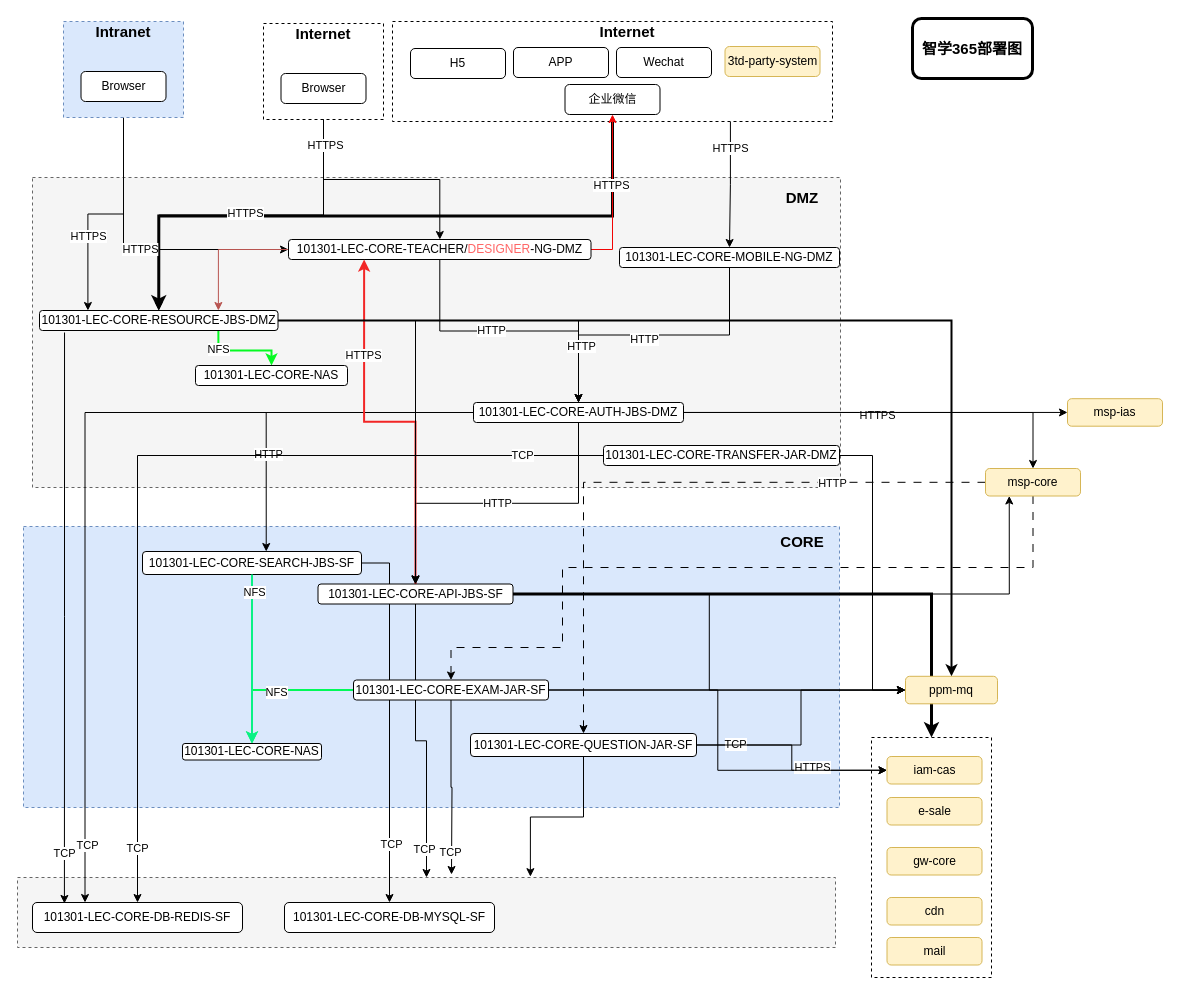
This is page "第 2 页" (2 of 2) of 部署逻辑图.drawio from rainerpiao/cloud-computing, a draw.io file, before an edit. Source tidied: cells renumbered, new cells numbered last; positions are measured from the earlier drawing's top-left corner, leaving out a move shared by most shapes. Both pictures are drawn from the tidied source at 100%, with x=0, y=0 at pixel (17, 18).
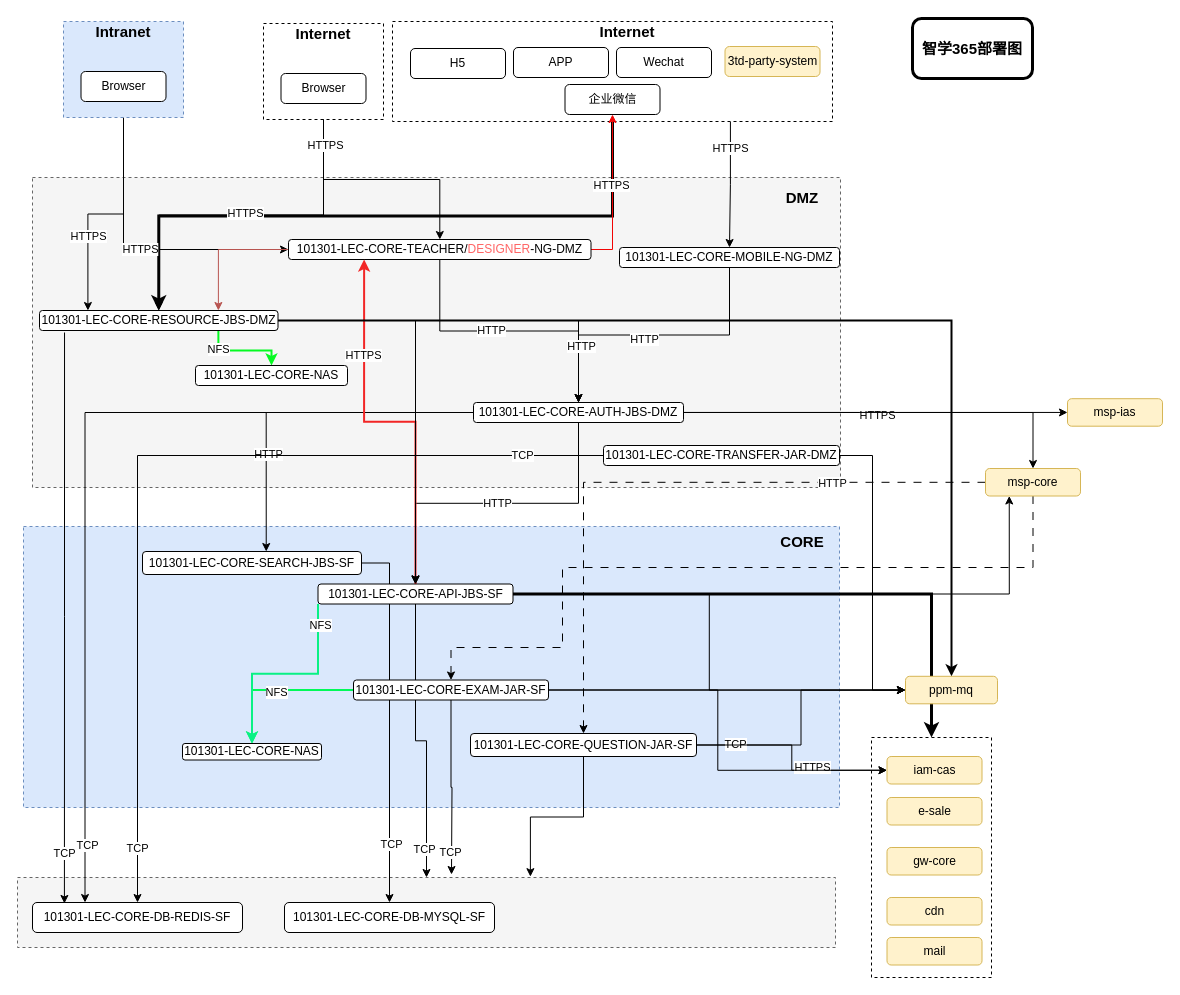
The same diagram, later.

Commit message:
更新部署逻辑图.drawio

Unchanged cells that the change refers to:
```xml
<mxCell id="49" value="101301-LEC-CORE-SEARCH-JBS-SF" style="rounded=1;whiteSpace=wrap;html=1;strokeColor=default;fontFamily=Helvetica;fontSize=12;fontColor=default;fillColor=default;" parent="1" vertex="1">
  <mxGeometry x="125" y="533" width="219" height="23" as="geometry" />
</mxCell>
<mxCell id="57" value="101301-LEC-CORE-API-JBS-SF" style="rounded=1;whiteSpace=wrap;html=1;strokeColor=default;fontFamily=Helvetica;fontSize=12;fontColor=default;fillColor=default;" parent="1" vertex="1">
  <mxGeometry x="300.5" y="565.5" width="195" height="20" as="geometry" />
</mxCell>
<mxCell id="104" value="101301-LEC-CORE-NAS" style="rounded=1;whiteSpace=wrap;html=1;strokeColor=default;fontFamily=Helvetica;fontSize=12;fontColor=default;fillColor=default;" parent="1" vertex="1">
  <mxGeometry x="165" y="725" width="139" height="16.5" as="geometry" />
</mxCell>
```

Diff of the diagram source:
```diff
@@
-    <mxCell id="102" style="edgeStyle=orthogonalEdgeStyle;rounded=0;jettySize=auto;html=1;strokeColor=#09f185;strokeWidth=2;" parent="1" edge="1" source="49" target="104">
+    <mxCell id="102" style="edgeStyle=orthogonalEdgeStyle;rounded=0;jettySize=auto;html=1;strokeColor=#09f185;strokeWidth=2;exitX=0;exitY=1;exitDx=0;exitDy=0;" parent="1" edge="1" source="57" target="104">
       <mxGeometry relative="1" as="geometry" />
     </mxCell>
```
